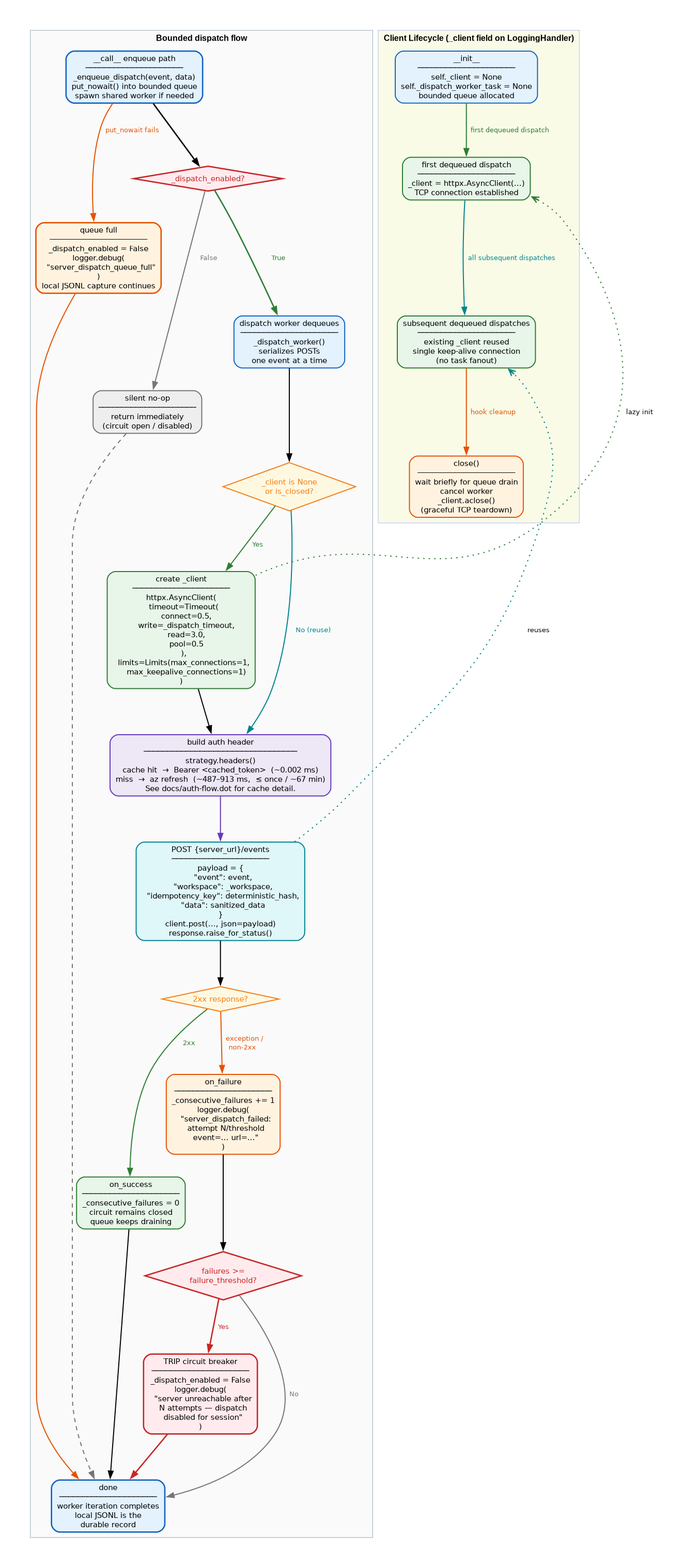
microsoft/amplifier-bundle-context-intelligence keeps this Graphviz diagram as docs/dispatch-circuit-breaker.png. Above is the earlier version. Its source is kept beside it as docs/dispatch-circuit-breaker.dot. Its diagram source:
```dot

digraph DispatchCircuitBreaker {
    rankdir=TB;
    fontname="Helvetica";
    fontsize=12;
    compound=true;
    nodesep=0.7;
    ranksep=0.9;
    pad=0.5;

    node [fontname="Helvetica", fontsize=11];
    edge [fontname="Helvetica", fontsize=10];

    subgraph cluster_dispatch {
        label="Bounded dispatch flow";
        style=filled;
        fillcolor="#FAFAFA";
        color="#B0BEC5";
        fontsize=12;
        fontname="Helvetica Bold";

        node [shape=box, style="rounded,filled", penwidth=2];

        entry [
            label="__call__ enqueue path\n─────────────────────\n_enqueue_dispatch(event, data)\nput_nowait() into bounded queue\nspawn shared worker if needed",
            fillcolor="#E3F2FD",
            color="#1565C0"
        ];

        queue_full [
            label="queue full\n─────────────────────\n_dispatch_enabled = False\nlogger.debug(\n  \"server_dispatch_queue_full\"\n)\nlocal JSONL capture continues",
            fillcolor="#FFF3E0",
            color="#E65100"
        ];

        node [shape=diamond, style=filled, penwidth=2];

        check_enabled [
            label="_dispatch_enabled?",
            fillcolor="#FFEBEE",
            color="#C62828",
            fontcolor="#C62828"
        ];

        node [shape=box, style="rounded,filled", penwidth=1.5];

        skip [
            label="silent no-op\n─────────────────────\nreturn immediately\n(circuit open / disabled)",
            fillcolor="#EEEEEE",
            color="#757575"
        ];

        worker_entry [
            label="dispatch worker dequeues\n─────────────────────\n_dispatch_worker()\nserializes POSTs\none event at a time",
            fillcolor="#E3F2FD",
            color="#1565C0"
        ];

        node [shape=diamond, style=filled, penwidth=1.5];

        check_client [
            label="_client is None\nor is_closed?",
            fillcolor="#FFF8E1",
            color="#F57F17",
            fontcolor="#F57F17"
        ];

        node [shape=box, style="rounded,filled", penwidth=1.5];

        create_client [
            label="create _client\n─────────────────────\nhttpx.AsyncClient(\n  timeout=Timeout(\n    connect=0.5,\n    write=_dispatch_timeout,\n    read=3.0,\n    pool=0.5\n  ),\n  limits=Limits(max_connections=1,\n    max_keepalive_connections=1)\n)",
            fillcolor="#E8F5E9",
            color="#2E7D32"
        ];

        post [
            label="POST {server_url}/events\n─────────────────────\npayload = {\n  \"event\": event,\n  \"workspace\": _workspace,\n  \"idempotency_key\": deterministic_hash,\n  \"data\": sanitized_data\n}\nclient.post(..., json=payload)\nresponse.raise_for_status()",
            fillcolor="#E0F7FA",
            color="#00838F"
        ];

        node [shape=diamond, style=filled, penwidth=1.5];

        check_result [
            label="2xx response?",
            fillcolor="#FFF8E1",
            color="#F57F17",
            fontcolor="#F57F17"
        ];

        node [shape=box, style="rounded,filled", penwidth=1.5];

        on_success [
            label="on_success\n─────────────────────\n_consecutive_failures = 0\ncircuit remains closed\nqueue keeps draining",
            fillcolor="#E8F5E9",
            color="#2E7D32"
        ];

        on_failure [
            label="on_failure\n─────────────────────\n_consecutive_failures += 1\nlogger.debug(\n  \"server_dispatch_failed:\n  attempt N/threshold\n  event=... url=...\"\n)",
            fillcolor="#FFF3E0",
            color="#E65100"
        ];

        node [shape=diamond, style=filled, penwidth=2];

        check_threshold [
            label="failures >=\nfailure_threshold?",
            fillcolor="#FFEBEE",
            color="#C62828",
            fontcolor="#C62828"
        ];

        node [shape=box, style="rounded,filled", penwidth=2];

        trip [
            label="TRIP circuit breaker\n─────────────────────\n_dispatch_enabled = False\nlogger.debug(\n  \"server unreachable after\n  N attempts — dispatch\n  disabled for session\"\n)",
            fillcolor="#FFEBEE",
            color="#C62828"
        ];

        done [
            label="done\n─────────────────────\nworker iteration completes\nlocal JSONL is the\ndurable record",
            fillcolor="#E3F2FD",
            color="#1565C0"
        ];

        entry -> check_enabled [penwidth=2];
        entry -> queue_full [
            label="  put_nowait fails  ",
            color="#E65100",
            fontcolor="#E65100",
            penwidth=1.5
        ];

        check_enabled -> skip [
            label="  False  ",
            color="#757575",
            fontcolor="#757575",
            penwidth=1.5
        ];
        check_enabled -> worker_entry [
            label="  True  ",
            color="#2E7D32",
            fontcolor="#2E7D32",
            penwidth=2
        ];

        skip -> done [penwidth=1.5, style=dashed, color="#757575"];
        queue_full -> done [penwidth=1.5, color="#E65100"];

        worker_entry -> check_client [penwidth=1.5];

        check_client -> create_client [
            label="  Yes  ",
            color="#2E7D32",
            fontcolor="#2E7D32",
            penwidth=1.5
        ];
        node [shape=box, style="rounded,filled", penwidth=1.5];

        build_auth_header [
            label="build auth header\n─────────────────────────────────\nstrategy.headers()\ncache hit  →  Bearer <cached_token>  (~0.002 ms)\nmiss  →  az refresh  (~487–913 ms,  ≤ once / ~67 min)\nSee docs/auth-flow.dot for cache detail.",
            fillcolor="#EDE7F6",
            color="#673AB7"
        ];

        check_client -> build_auth_header [
            label="  No (reuse)  ",
            color="#00838F",
            fontcolor="#00838F",
            penwidth=1.5
        ];

        create_client -> build_auth_header [penwidth=1.5];
        build_auth_header -> post [penwidth=1.5, color="#673AB7"];
        post -> check_result [penwidth=1.5];

        check_result -> on_success [
            label="  2xx  ",
            color="#2E7D32",
            fontcolor="#2E7D32",
            penwidth=1.5
        ];
        check_result -> on_failure [
            label="  exception /\n  non-2xx  ",
            color="#E65100",
            fontcolor="#E65100",
            penwidth=1.5
        ];

        on_success -> done [penwidth=1.5];
        on_failure -> check_threshold [penwidth=1.5];

        check_threshold -> done [
            label="  No  ",
            color="#757575",
            fontcolor="#757575",
            penwidth=1.5
        ];
        check_threshold -> trip [
            label="  Yes  ",
            color="#C62828",
            fontcolor="#C62828",
            penwidth=2
        ];

        trip -> done [penwidth=2, color="#C62828"];
    }

    subgraph cluster_lifecycle {
        label="Client Lifecycle (_client field on LoggingHandler)";
        style=filled;
        fillcolor="#F9FBE7";
        color="#C5CAE9";
        fontsize=12;
        fontname="Helvetica Bold";

        node [shape=box, style="rounded,filled", penwidth=1.5];

        lc_init [
            label="__init__\n─────────────────────\nself._client = None\nself._dispatch_worker_task = None\nbounded queue allocated",
            fillcolor="#E3F2FD",
            color="#1565C0"
        ];

        lc_lazy [
            label="first dequeued dispatch\n─────────────────────\n_client = httpx.AsyncClient(...)\nTCP connection established",
            fillcolor="#E8F5E9",
            color="#2E7D32"
        ];

        lc_reuse [
            label="subsequent dequeued dispatches\n─────────────────────\nexisting _client reused\nsingle keep-alive connection\n(no task fanout)",
            fillcolor="#E8F5E9",
            color="#2E7D32"
        ];

        lc_close [
            label="close()\n─────────────────────\nwait briefly for queue drain\ncancel worker\n_client.aclose()\n(graceful TCP teardown)",
            fillcolor="#FFF3E0",
            color="#E65100"
        ];

        lc_init -> lc_lazy [
            label="  first dequeued dispatch  ",
            color="#2E7D32",
            fontcolor="#2E7D32",
            penwidth=1.5
        ];
        lc_lazy -> lc_reuse [
            label="  all subsequent dispatches  ",
            color="#00838F",
            fontcolor="#00838F",
            penwidth=1.5
        ];
        lc_reuse -> lc_close [
            label="  hook cleanup  ",
            color="#E65100",
            fontcolor="#E65100",
            penwidth=1.5
        ];
    }

    create_client -> lc_lazy [
        style=dotted,
        color="#2E7D32",
        arrowhead=vee,
        penwidth=1.5,
        label="  lazy init  ",
        constraint=false
    ];
    post -> lc_reuse [
        style=dotted,
        color="#00838F",
        arrowhead=vee,
        penwidth=1.5,
        label="  reuses  ",
        constraint=false
    ];
}
```
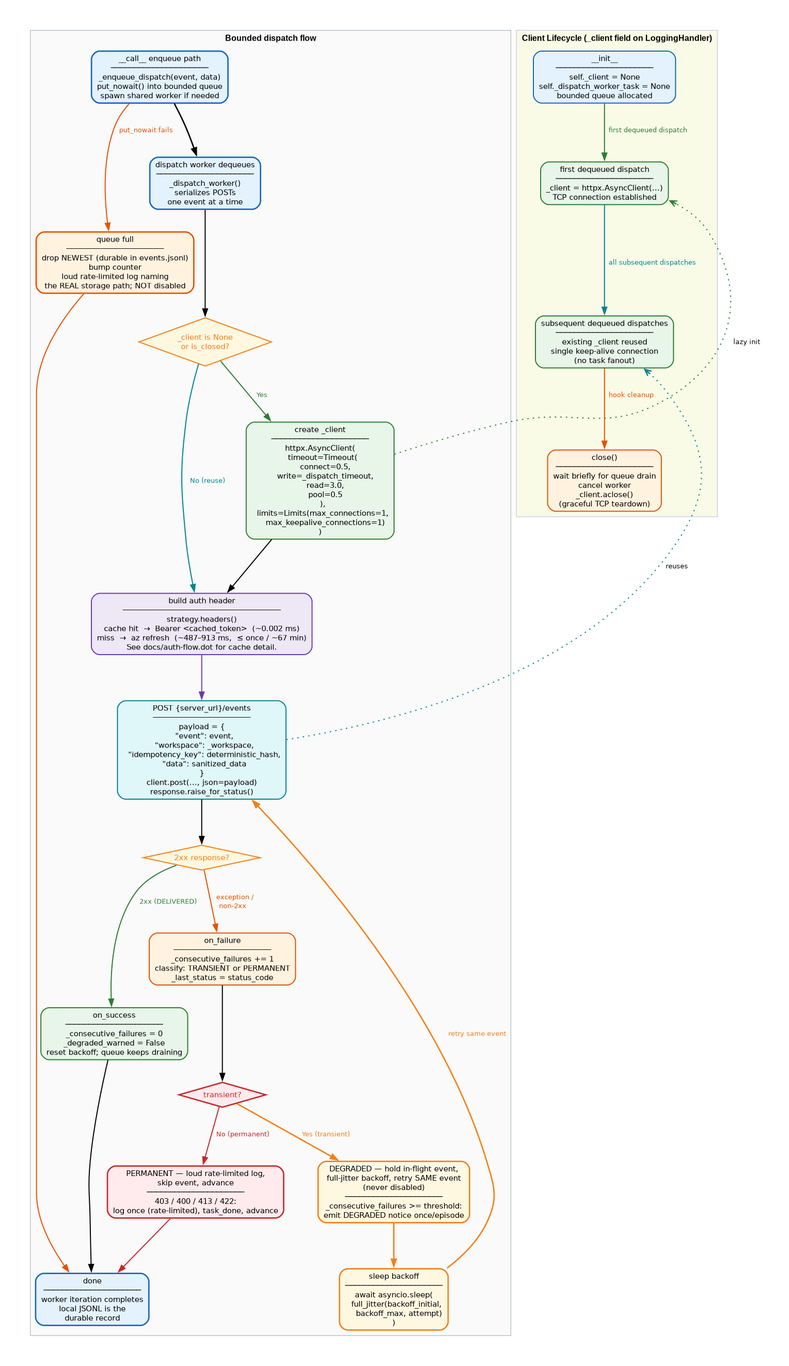
After the commit.

Commit message:
docs(ci-dispatch): document auto-recovery — state diagram + ONE lifecycle diagram (sanctioned amendment) + README

What changed in the source:
```diff
@@ -28,26 +28,9 @@
         ];
 
         queue_full [
-            label="queue full\n─────────────────────\n_dispatch_enabled = False\nlogger.debug(\n  \"server_dispatch_queue_full\"\n)\nlocal JSONL capture continues",
+            label="queue full\n─────────────────────\ndrop NEWEST (durable in events.jsonl)\nbump counter\nloud rate-limited log naming\nthe REAL storage path; NOT disabled",
             fillcolor="#FFF3E0",
             color="#E65100"
-        ];
-
-        node [shape=diamond, style=filled, penwidth=2];
-
-        check_enabled [
-            label="_dispatch_enabled?",
-            fillcolor="#FFEBEE",
-            color="#C62828",
-            fontcolor="#C62828"
-        ];
-
-        node [shape=box, style="rounded,filled", penwidth=1.5];
-
-        skip [
-            label="silent no-op\n─────────────────────\nreturn immediately\n(circuit open / disabled)",
-            fillcolor="#EEEEEE",
-            color="#757575"
         ];
 
         worker_entry [
@@ -73,6 +56,14 @@
             color="#2E7D32"
         ];
 
+        node [shape=box, style="rounded,filled", penwidth=1.5];
+
+        build_auth_header [
+            label="build auth header\n──────────────────────────────────\nstrategy.headers()\ncache hit  →  Bearer <cached_token>  (~0.002 ms)\nmiss  →  az refresh  (~487–913 ms,  ≤ once / ~67 min)\nSee docs/auth-flow.dot for cache detail.",
+            fillcolor="#EDE7F6",
+            color="#673AB7"
+        ];
+
         post [
             label="POST {server_url}/events\n─────────────────────\npayload = {\n  \"event\": event,\n  \"workspace\": _workspace,\n  \"idempotency_key\": deterministic_hash,\n  \"data\": sanitized_data\n}\nclient.post(..., json=payload)\nresponse.raise_for_status()",
             fillcolor="#E0F7FA",
@@ -91,13 +82,13 @@
         node [shape=box, style="rounded,filled", penwidth=1.5];
 
         on_success [
-            label="on_success\n─────────────────────\n_consecutive_failures = 0\ncircuit remains closed\nqueue keeps draining",
+            label="on_success\n─────────────────────\n_consecutive_failures = 0\n_degraded_warned = False\nreset backoff; queue keeps draining",
             fillcolor="#E8F5E9",
             color="#2E7D32"
         ];
 
         on_failure [
-            label="on_failure\n─────────────────────\n_consecutive_failures += 1\nlogger.debug(\n  \"server_dispatch_failed:\n  attempt N/threshold\n  event=... url=...\"\n)",
+            label="on_failure\n─────────────────────\n_consecutive_failures += 1\nclassify: TRANSIENT or PERMANENT\n_last_status = status_code",
             fillcolor="#FFF3E0",
             color="#E65100"
         ];
@@ -105,7 +96,7 @@
         node [shape=diamond, style=filled, penwidth=2];
 
         check_threshold [
-            label="failures >=\nfailure_threshold?",
+            label="transient?",
             fillcolor="#FFEBEE",
             color="#C62828",
             fontcolor="#C62828"
@@ -113,8 +104,20 @@
 
         node [shape=box, style="rounded,filled", penwidth=2];
 
-        trip [
-            label="TRIP circuit breaker\n─────────────────────\n_dispatch_enabled = False\nlogger.debug(\n  \"server unreachable after\n  N attempts — dispatch\n  disabled for session\"\n)",
+        degraded [
+            label="DEGRADED — hold in-flight event,\nfull-jitter backoff, retry SAME event\n(never disabled)\n─────────────────────\n_consecutive_failures >= threshold:\nemit DEGRADED notice once/episode",
+            fillcolor="#FFF8E1",
+            color="#F57F17"
+        ];
+
+        sleep_backoff [
+            label="sleep backoff\n─────────────────────\nawait asyncio.sleep(\n  full_jitter(backoff_initial,\n    backoff_max, attempt)\n)",
+            fillcolor="#FFF8E1",
+            color="#F57F17"
+        ];
+
+        permanent_skip [
+            label="PERMANENT — loud rate-limited log,\nskip event, advance\n─────────────────────\n403 / 400 / 413 / 422:\nlog once (rate-limited), task_done, advance",
             fillcolor="#FFEBEE",
             color="#C62828"
         ];
@@ -125,7 +128,7 @@
             color="#1565C0"
         ];
 
-        entry -> check_enabled [penwidth=2];
+        entry -> worker_entry [penwidth=2];
         entry -> queue_full [
             label="  put_nowait fails  ",
             color="#E65100",
@@ -133,20 +136,6 @@
             penwidth=1.5
         ];
 
-        check_enabled -> skip [
-            label="  False  ",
-            color="#757575",
-            fontcolor="#757575",
-            penwidth=1.5
-        ];
-        check_enabled -> worker_entry [
-            label="  True  ",
-            color="#2E7D32",
-            fontcolor="#2E7D32",
-            penwidth=2
-        ];
-
-        skip -> done [penwidth=1.5, style=dashed, color="#757575"];
         queue_full -> done [penwidth=1.5, color="#E65100"];
 
         worker_entry -> check_client [penwidth=1.5];
@@ -156,13 +145,6 @@
             color="#2E7D32",
             fontcolor="#2E7D32",
             penwidth=1.5
-        ];
-        node [shape=box, style="rounded,filled", penwidth=1.5];
-
-        build_auth_header [
-            label="build auth header\n─────────────────────────────────\nstrategy.headers()\ncache hit  →  Bearer <cached_token>  (~0.002 ms)\nmiss  →  az refresh  (~487–913 ms,  ≤ once / ~67 min)\nSee docs/auth-flow.dot for cache detail.",
-            fillcolor="#EDE7F6",
-            color="#673AB7"
         ];
 
         check_client -> build_auth_header [
@@ -177,7 +159,7 @@
         post -> check_result [penwidth=1.5];
 
         check_result -> on_success [
-            label="  2xx  ",
+            label="  2xx (DELIVERED)  ",
             color="#2E7D32",
             fontcolor="#2E7D32",
             penwidth=1.5
@@ -192,20 +174,29 @@
         on_success -> done [penwidth=1.5];
         on_failure -> check_threshold [penwidth=1.5];
 
-        check_threshold -> done [
-            label="  No  ",
-            color="#757575",
-            fontcolor="#757575",
+        check_threshold -> permanent_skip [
+            label="  No (permanent)  ",
+            color="#C62828",
+            fontcolor="#C62828",
             penwidth=1.5
         ];
-        check_threshold -> trip [
-            label="  Yes  ",
-            color="#C62828",
-            fontcolor="#C62828",
+        check_threshold -> degraded [
+            label="  Yes (transient)  ",
+            color="#F57F17",
+            fontcolor="#F57F17",
             penwidth=2
         ];
 
-        trip -> done [penwidth=2, color="#C62828"];
+        degraded -> sleep_backoff [penwidth=2, color="#F57F17"];
+        sleep_backoff -> post [
+            label="  retry same event  ",
+            color="#F57F17",
+            fontcolor="#F57F17",
+            penwidth=2,
+            constraint=false
+        ];
+
+        permanent_skip -> done [penwidth=1.5, color="#C62828"];
     }
 
     subgraph cluster_lifecycle {
```
